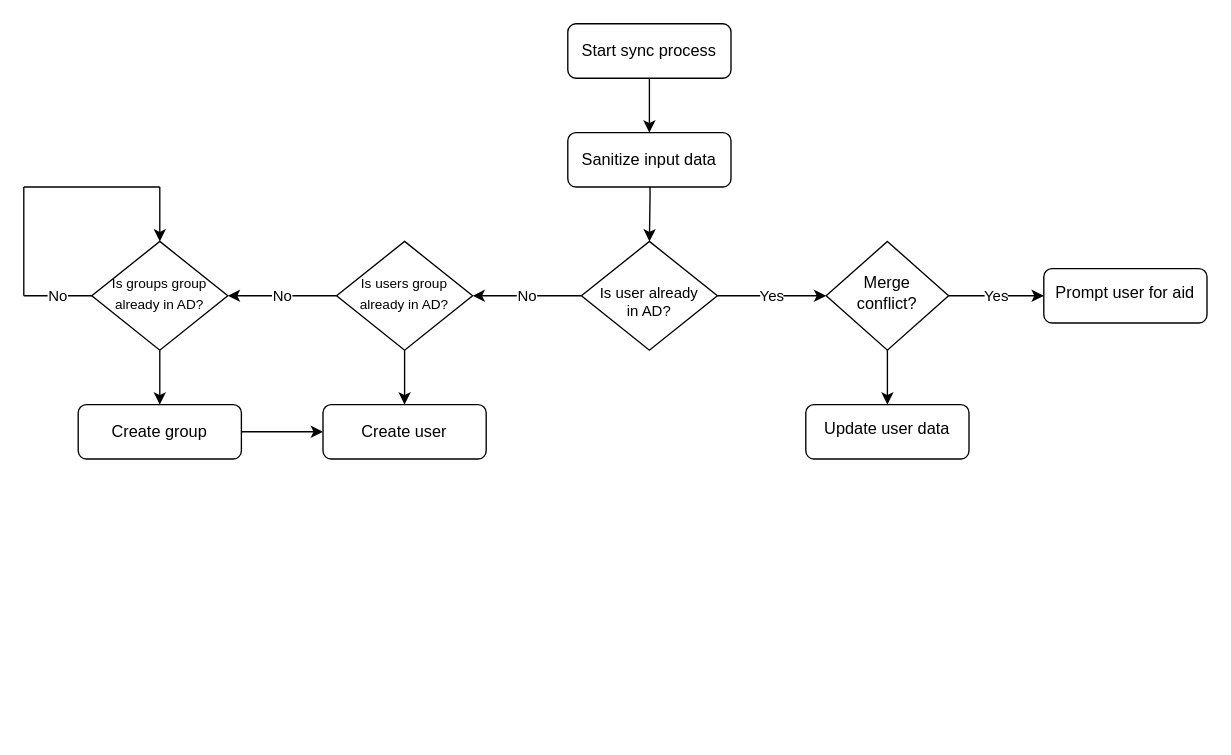
This is ad-sync.drawio from AlexInABox/ad-sync, a draw.io file, before an edit. Source tidied: cells renumbered, new cells numbered last; positions are measured from the earlier drawing's top-left corner, leaving out a move shared by most shapes. Both pictures are drawn from the tidied source at 136%, with x=0, y=0 at pixel (23, 23).
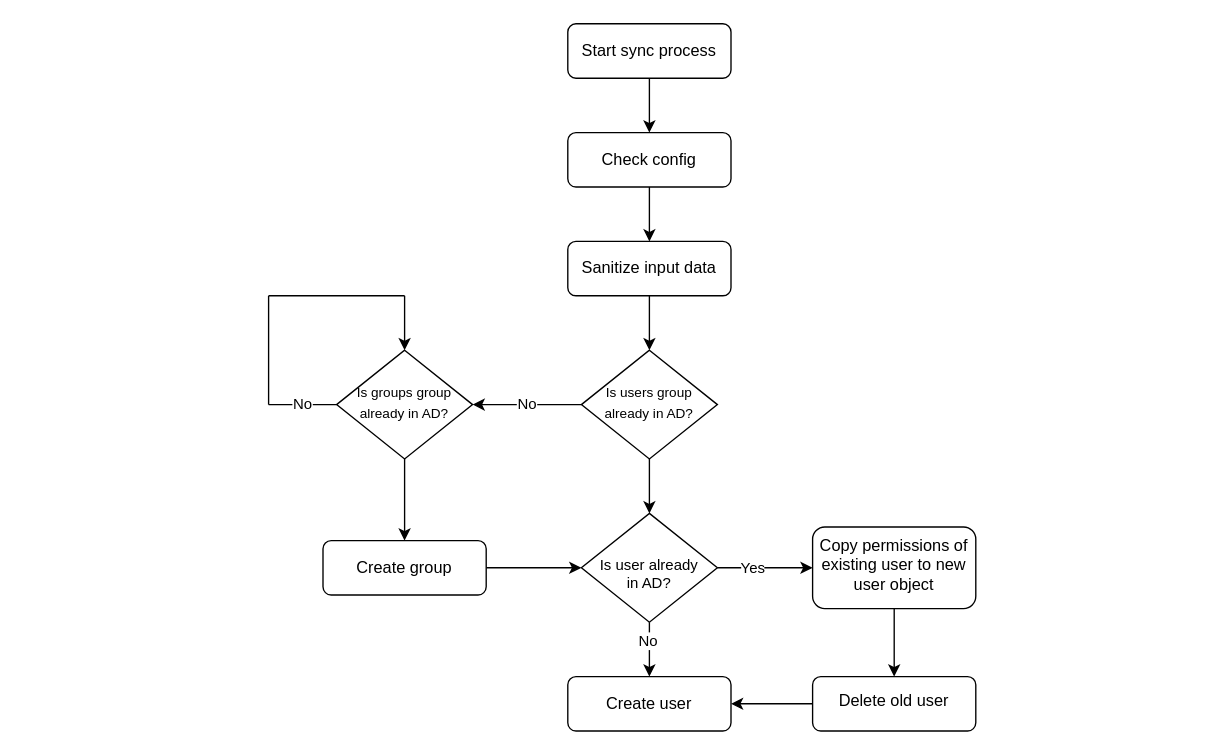
The same page after the edit.

Commit message (it also covers changes not shown here):
check if user already exists

Unchanged cells that the change refers to:
```xml
<mxCell id="3" value="Start sync process" style="rounded=1;whiteSpace=wrap;html=1;fontSize=12;glass=0;strokeWidth=1;shadow=0;" parent="1" vertex="1">
  <mxGeometry x="400" width="120" height="40" as="geometry" />
</mxCell>
```

What changed in the source:
```diff
@@
-    <mxCell id="2" style="edgeStyle=orthogonalEdgeStyle;rounded=0;jettySize=auto;html=1;" parent="1" edge="1" source="3" target="5">
-      <mxGeometry relative="1" as="geometry" />
-    </mxCell>
+    <mxCell id="26" style="edgeStyle=orthogonalEdgeStyle;rounded=0;jettySize=auto;html=1;" parent="1" edge="1" source="3" target="32">
+      <mxGeometry relative="1" as="geometry" />
+    </mxCell>
@@
-    <mxCell id="4" style="edgeStyle=orthogonalEdgeStyle;rounded=0;jettySize=auto;html=1;entryX=0.5;entryY=0;entryDx=0;entryDy=0;" parent="1" edge="1" target="8">
+    <mxCell id="4" style="edgeStyle=orthogonalEdgeStyle;rounded=0;orthogonalLoop=1;jettySize=auto;html=1;entryX=0.5;entryY=0;entryDx=0;entryDy=0;" parent="1" edge="1">
       <mxGeometry relative="1" as="geometry">
-        <mxPoint x="460" y="90" as="sourcePoint" />
+        <mxPoint x="460" y="170" as="sourcePoint" />
+        <mxPoint x="460" y="240" as="targetPoint" />
       </mxGeometry>
     </mxCell>
     <mxCell id="5" value="Sanitize input data" style="rounded=1;whiteSpace=wrap;html=1;fontSize=12;glass=0;strokeWidth=1;shadow=0;" parent="1" vertex="1">
-      <mxGeometry x="400" y="80" width="120" height="40" as="geometry" />
+      <mxGeometry x="400" y="160" width="120" height="40" as="geometry" />
     </mxCell>
-    <mxCell id="6" value="No" style="edgeStyle=orthogonalEdgeStyle;rounded=0;jettySize=auto;html=1;" parent="1" edge="1" source="8" target="11">
-      <mxGeometry relative="1" as="geometry" />
-    </mxCell>
-    <mxCell id="7" value="&lt;div&gt;Yes&lt;/div&gt;" style="edgeStyle=orthogonalEdgeStyle;rounded=0;jettySize=auto;html=1;" parent="1" edge="1" source="8" target="23">
-      <mxGeometry relative="1" as="geometry" />
-    </mxCell>
-    <mxCell id="8" value="&lt;div style=&quot;font-size: 11px;&quot;&gt;&lt;br&gt;&lt;/div&gt;&lt;div style=&quot;font-size: 11px;&quot;&gt;Is user already&lt;/div&gt;&lt;div style=&quot;font-size: 11px;&quot;&gt;in AD?&lt;br&gt;&lt;/div&gt;" style="rhombus;whiteSpace=wrap;html=1;shadow=0;fontFamily=Helvetica;fontSize=12;align=center;strokeWidth=1;spacing=6;spacingTop=-4;" parent="1" vertex="1">
-      <mxGeometry x="410" y="160" width="100" height="80" as="geometry" />
-    </mxCell>
@@
-    <mxCell id="10" style="edgeStyle=orthogonalEdgeStyle;rounded=0;jettySize=auto;html=1;" parent="1" edge="1" source="11" target="20">
-      <mxGeometry relative="1" as="geometry" />
+    <mxCell id="10" style="edgeStyle=orthogonalEdgeStyle;rounded=0;jettySize=auto;html=1;" parent="1" edge="1" source="11">
+      <mxGeometry relative="1" as="geometry">
+        <mxPoint x="460" y="360" as="targetPoint" />
+      </mxGeometry>
     </mxCell>
     <mxCell id="11" value="&lt;font style=&quot;font-size: 10px;&quot;&gt;Is users group already in AD?&lt;/font&gt;" style="rhombus;whiteSpace=wrap;html=1;shadow=0;fontFamily=Helvetica;fontSize=12;align=center;strokeWidth=1;spacing=6;spacingTop=-4;" parent="1" vertex="1">
-      <mxGeometry x="230" y="160" width="100" height="80" as="geometry" />
+      <mxGeometry x="410" y="240" width="100" height="80" as="geometry" />
     </mxCell>
@@
     <mxCell id="13" value="&lt;font style=&quot;font-size: 10px;&quot;&gt;Is groups group already in AD?&lt;/font&gt;" style="rhombus;whiteSpace=wrap;html=1;shadow=0;fontFamily=Helvetica;fontSize=12;align=center;strokeWidth=1;spacing=6;spacingTop=-4;" parent="1" vertex="1">
-      <mxGeometry x="50" y="160" width="100" height="80" as="geometry" />
+      <mxGeometry x="230" y="240" width="100" height="80" as="geometry" />
     </mxCell>
     <mxCell id="14" value="No" style="endArrow=none;html=1;rounded=0;" parent="1" edge="1">
       <mxGeometry relative="1" as="geometry">
-        <mxPoint y="200" as="sourcePoint" />
-        <mxPoint x="50" y="200" as="targetPoint" />
+        <mxPoint x="180" y="280" as="sourcePoint" />
+        <mxPoint x="230" y="280" as="targetPoint" />
       </mxGeometry>
     </mxCell>
     <mxCell id="15" style="endArrow=none;html=1;rounded=0;" parent="1" edge="1">
       <mxGeometry relative="1" as="geometry">
-        <mxPoint y="200" as="sourcePoint" />
-        <mxPoint y="120" as="targetPoint" />
+        <mxPoint x="180" y="280" as="sourcePoint" />
+        <mxPoint x="180" y="200" as="targetPoint" />
       </mxGeometry>
     </mxCell>
     <mxCell id="16" style="endArrow=none;html=1;rounded=0;" parent="1" edge="1">
       <mxGeometry relative="1" as="geometry">
-        <mxPoint x="100" y="120" as="sourcePoint" />
-        <mxPoint y="120" as="targetPoint" />
+        <mxPoint x="280" y="200" as="sourcePoint" />
+        <mxPoint x="180" y="200" as="targetPoint" />
       </mxGeometry>
     </mxCell>
     <mxCell id="17" style="edgeStyle=none;jettySize=auto;html=1;rounded=0;entryX=0.5;entryY=0;entryDx=0;entryDy=0;" parent="1" edge="1" target="13">
       <mxGeometry relative="1" as="geometry">
-        <mxPoint x="100" y="120" as="sourcePoint" />
+        <mxPoint x="280" y="200" as="sourcePoint" />
       </mxGeometry>
     </mxCell>
-    <mxCell id="18" style="edgeStyle=orthogonalEdgeStyle;rounded=0;jettySize=auto;html=1;" parent="1" edge="1" source="19" target="20">
+    <mxCell id="18" style="edgeStyle=orthogonalEdgeStyle;rounded=0;jettySize=auto;html=1;entryX=0;entryY=0.5;entryDx=0;entryDy=0;" parent="1" edge="1" source="19" target="8">
       <mxGeometry relative="1" as="geometry" />
     </mxCell>
     <mxCell id="19" value="Create group" style="rounded=1;whiteSpace=wrap;html=1;fontSize=12;glass=0;strokeWidth=1;shadow=0;" parent="1" vertex="1">
-      <mxGeometry x="40" y="280" width="120" height="40" as="geometry" />
+      <mxGeometry x="220" y="380" width="120" height="40" as="geometry" />
     </mxCell>
+    <mxCell id="22" style="edgeStyle=orthogonalEdgeStyle;rounded=0;jettySize=auto;html=1;exitX=0.5;exitY=1;exitDx=0;exitDy=0;" parent="1" edge="1" source="24" target="25">
+      <mxGeometry relative="1" as="geometry" />
+    </mxCell>
+    <mxCell id="24" value="Copy permissions of existing user to new user object" style="rounded=1;whiteSpace=wrap;html=1;shadow=0;strokeWidth=1;spacing=6;spacingTop=-4;" parent="1" vertex="1">
+      <mxGeometry x="580" y="370" width="120" height="60" as="geometry" />
+    </mxCell>
+    <mxCell id="27" style="edgeStyle=orthogonalEdgeStyle;rounded=0;jettySize=auto;html=1;" parent="1" edge="1" source="25" target="20">
+      <mxGeometry relative="1" as="geometry" />
+    </mxCell>
+    <mxCell id="25" value="Delete old user" style="rounded=1;whiteSpace=wrap;html=1;shadow=0;strokeWidth=1;spacing=6;spacingTop=-4;align=center;" parent="1" vertex="1">
+      <mxGeometry x="580" y="480" width="120" height="40" as="geometry" />
+    </mxCell>
+    <mxCell id="28" style="edgeStyle=orthogonalEdgeStyle;rounded=0;jettySize=auto;html=1;" parent="1" edge="1" source="8" target="20">
+      <mxGeometry relative="1" as="geometry" />
+    </mxCell>
+    <mxCell id="6" value="No" style="edgeLabel;html=1;align=center;verticalAlign=middle;" parent="28" vertex="1">
+      <mxGeometry x="-0.33" y="-2" relative="1" as="geometry" />
+    </mxCell>
+    <mxCell id="29" style="edgeStyle=orthogonalEdgeStyle;rounded=0;jettySize=auto;html=1;" parent="1" edge="1" source="8" target="24">
+      <mxGeometry relative="1" as="geometry" />
+    </mxCell>
+    <mxCell id="30" value="Yes" style="edgeLabel;html=1;align=center;verticalAlign=middle;" parent="29" vertex="1">
+      <mxGeometry x="-0.29" y="1" relative="1" as="geometry" />
+    </mxCell>
+    <mxCell id="8" value="&lt;div style=&quot;font-size: 11px;&quot;&gt;&lt;br&gt;&lt;/div&gt;&lt;div style=&quot;font-size: 11px;&quot;&gt;Is user already&lt;/div&gt;&lt;div style=&quot;font-size: 11px;&quot;&gt;in AD?&lt;br&gt;&lt;/div&gt;" style="rhombus;whiteSpace=wrap;html=1;shadow=0;fontFamily=Helvetica;fontSize=12;align=center;strokeWidth=1;spacing=6;spacingTop=-4;" parent="1" vertex="1">
+      <mxGeometry x="410" y="360" width="100" height="80" as="geometry" />
+    </mxCell>
     <mxCell id="20" value="Create user" style="rounded=1;whiteSpace=wrap;html=1;fontSize=12;glass=0;strokeWidth=1;shadow=0;" parent="1" vertex="1">
-      <mxGeometry x="220" y="280" width="120" height="40" as="geometry" />
+      <mxGeometry x="400" y="480" width="120" height="40" as="geometry" />
     </mxCell>
-    <mxCell id="21" value="Yes" style="edgeStyle=orthogonalEdgeStyle;rounded=0;jettySize=auto;html=1;" parent="1" edge="1" source="23" target="24">
-      <mxGeometry relative="1" as="geometry" />
-    </mxCell>
-    <mxCell id="22" style="edgeStyle=orthogonalEdgeStyle;rounded=0;jettySize=auto;html=1;" parent="1" edge="1" source="23" target="25">
-      <mxGeometry relative="1" as="geometry" />
-    </mxCell>
-    <mxCell id="23" value="Merge conflict?" style="rhombus;whiteSpace=wrap;html=1;shadow=0;fontFamily=Helvetica;fontSize=12;align=center;strokeWidth=1;spacing=6;spacingTop=-4;" parent="1" vertex="1">
-      <mxGeometry x="590" y="160" width="90" height="80" as="geometry" />
-    </mxCell>
-    <mxCell id="24" value="Prompt user for aid" style="rounded=1;whiteSpace=wrap;html=1;shadow=0;strokeWidth=1;spacing=6;spacingTop=-4;" parent="1" vertex="1">
-      <mxGeometry x="750" y="180" width="120" height="40" as="geometry" />
-    </mxCell>
-    <mxCell id="25" value="Update user data" style="rounded=1;whiteSpace=wrap;html=1;shadow=0;strokeWidth=1;spacing=6;spacingTop=-4;" parent="1" vertex="1">
-      <mxGeometry x="575" y="280" width="120" height="40" as="geometry" />
-    </mxCell>
+    <mxCell id="31" style="edgeStyle=orthogonalEdgeStyle;rounded=0;jettySize=auto;html=1;entryX=0.5;entryY=0;entryDx=0;entryDy=0;" parent="1" edge="1" source="32" target="5">
+      <mxGeometry relative="1" as="geometry" />
+    </mxCell>
+    <mxCell id="32" value="Check config" style="rounded=1;whiteSpace=wrap;html=1;fontSize=12;glass=0;strokeWidth=1;shadow=0;" parent="1" vertex="1">
+      <mxGeometry x="400" y="80" width="120" height="40" as="geometry" />
+    </mxCell>
```
